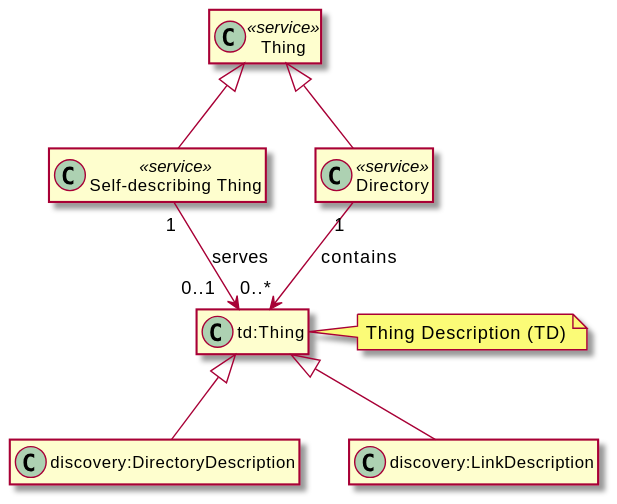
Before: images/exploration-class-diagram.svg, a diagram exported from PlantUML (w3c/wot-discovery). The source it was exported from:
```plantuml
@startuml exploration-class-diagram
hide methods
hide members

class Thing <<service>>
together {
    class SelfDesc as "Self-describing Thing" <<service>>
    class Directory <<service>>
}

class TD as "td:Thing"
note right: Thing Description (TD)
together {
    class DD as "discovery:DirectoryDescription"

    class LD as "discovery:LinkDescription"
}

Thing <|-- SelfDesc
Thing <|-- Directory
SelfDesc "1" --> "0..1  " TD: serves
TD <|-- DD
TD <|-- LD
Directory "1" --> "0..*" TD: contains


@enduml
```
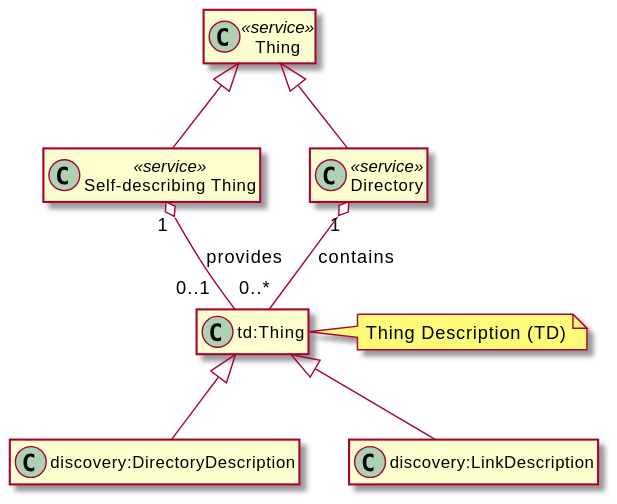
After the commit.

Commit message:
update description of diagrams, use aggregation for TDs

What changed in the source:
```diff
@@ -18,10 +18,10 @@
 
 Thing <|-- SelfDesc
 Thing <|-- Directory
-SelfDesc "1" --> "0..1  " TD: serves
+SelfDesc "1" o-- "0..1  " TD: provides
 TD <|-- DD
 TD <|-- LD
-Directory "1" --> "0..*" TD: contains
+Directory "1" o-- "0..*" TD: contains
 
 
 @enduml
```
